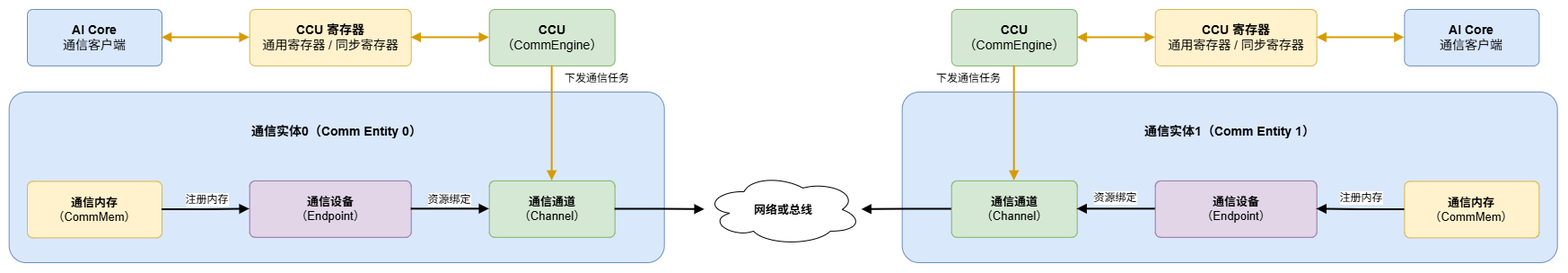
Atlas-Ascend-Fork/asc-comm keeps this draw.io diagram as docs/zh/programming-model/figures/ccu_proxy_communication_model.png. Above is the earlier version. Source tidied: cells renumbered, new cells last; positions are measured from the earlier drawing's top-left corner, leaving out a move shared by most shapes.
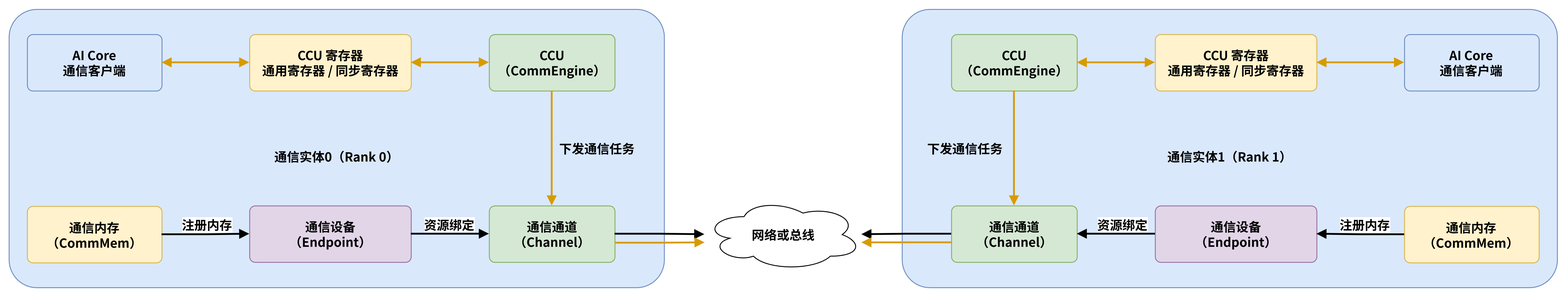
Above is the later version.

Commit message:
updata execution model

Diff of the diagram source:
```diff
@@ -2,98 +2,109 @@
   <root>
     <mxCell id="0" />
     <mxCell id="1" parent="0" />
-    <mxCell id="2" style="rounded=1;whiteSpace=wrap;html=1;fillColor=#dae8fc;strokeColor=#6c8ebf;arcSize=10;" parent="1" vertex="1">
-      <mxGeometry x="-0.3" y="92" width="730" height="190" as="geometry" />
-    </mxCell>
-    <mxCell id="3" value="通信实体0（Comm Entity 0）" style="text;html=1;strokeColor=none;fillColor=none;align=center;verticalAlign=middle;whiteSpace=wrap;rounded=0;fontSize=14;fontStyle=1;" parent="1" vertex="1">
-      <mxGeometry x="244.7" y="123.9" width="240" height="24" as="geometry" />
-    </mxCell>
-    <mxCell id="4" value="&lt;b&gt;AI Core&lt;/b&gt;&lt;br&gt;通信客户端" style="rounded=1;whiteSpace=wrap;html=1;fillColor=#dae8fc;strokeColor=#6c8ebf;arcSize=10;fontSize=14;" parent="1" vertex="1">
-      <mxGeometry x="20" width="150" height="62.9" as="geometry" />
-    </mxCell>
-    <mxCell id="5" value="&lt;b&gt;CCU 寄存器&lt;/b&gt;&lt;br&gt;通用寄存器 / 同步寄存器" style="rounded=1;whiteSpace=wrap;html=1;fillColor=#fff2cc;strokeColor=#d6b656;arcSize=10;fontSize=14;" parent="1" vertex="1">
-      <mxGeometry x="267.7" width="180" height="62.9" as="geometry" />
-    </mxCell>
-    <mxCell id="6" value="&lt;b&gt;CCU&lt;/b&gt;&lt;br&gt;（CommEngine）" style="rounded=1;whiteSpace=wrap;html=1;fillColor=#d5e8d4;strokeColor=#82b366;arcSize=10;fontSize=14;" parent="1" vertex="1">
-      <mxGeometry x="534.7" width="140" height="62.9" as="geometry" />
-    </mxCell>
-    <mxCell id="7" value="下发通信任务" style="text;html=1;strokeColor=none;fillColor=none;align=center;verticalAlign=middle;whiteSpace=wrap;rounded=0;fontSize=12;" parent="1" vertex="1">
-      <mxGeometry x="610" y="62" width="90" height="30" as="geometry" />
-    </mxCell>
-    <mxCell id="8" value="&lt;b&gt;通信内存&lt;/b&gt;&lt;br&gt;（CommMem）" style="rounded=1;whiteSpace=wrap;html=1;fillColor=#fff2cc;strokeColor=#d6b656;arcSize=10;fontSize=13;" parent="1" vertex="1">
-      <mxGeometry x="20" y="191.4" width="150" height="62.9" as="geometry" />
-    </mxCell>
-    <mxCell id="9" value="&lt;b&gt;通信设备&lt;/b&gt;&lt;br&gt;（Endpoint）" style="rounded=1;whiteSpace=wrap;html=1;fillColor=#e1d5e7;strokeColor=#9673a6;arcSize=10;fontSize=13;" parent="1" vertex="1">
-      <mxGeometry x="267.7" y="190.9" width="180" height="62.9" as="geometry" />
-    </mxCell>
-    <mxCell id="10" value="&lt;b&gt;通信通道&lt;/b&gt;&lt;br&gt;（Channel）" style="rounded=1;whiteSpace=wrap;html=1;fillColor=#d5e8d4;strokeColor=#82b366;arcSize=10;fontSize=13;" parent="1" vertex="1">
-      <mxGeometry x="534.7" y="190.9" width="140" height="62.9" as="geometry" />
-    </mxCell>
+    <mxCell id="33" style="rounded=1;whiteSpace=wrap;html=1;fillColor=#dae8fc;strokeColor=#6c8ebf;arcSize=10;fontSize=14;fontFamily=FZLTHJW;fontStyle=1;" parent="1" vertex="1">
+      <mxGeometry x="-0.3" y="-28" width="730" height="310" as="geometry" />
+    </mxCell>
+    <mxCell id="34" value="通信实体0（Rank 0）" style="text;html=1;strokeColor=none;fillColor=none;align=center;verticalAlign=middle;whiteSpace=wrap;rounded=0;fontSize=14;fontStyle=1;fontFamily=FZLTHJW;" parent="1" vertex="1">
+      <mxGeometry x="244.7" y="123.9" width="240" height="24" as="geometry" />
+    </mxCell>
+    <mxCell id="35" value="&lt;span&gt;AI Core&lt;/span&gt;&lt;br&gt;通信客户端" style="rounded=1;whiteSpace=wrap;html=1;fillColor=#dae8fc;strokeColor=#6c8ebf;arcSize=10;fontSize=14;fontFamily=FZLTHJW;fontStyle=1;" parent="1" vertex="1">
+      <mxGeometry x="20" width="150" height="62.9" as="geometry" />
+    </mxCell>
+    <mxCell id="36" value="&lt;span&gt;CCU 寄存器&lt;/span&gt;&lt;br&gt;通用寄存器 / 同步寄存器" style="rounded=1;whiteSpace=wrap;html=1;fillColor=#fff2cc;strokeColor=#d6b656;arcSize=10;fontSize=14;fontFamily=FZLTHJW;fontStyle=1;" parent="1" vertex="1">
+      <mxGeometry x="267.7" width="180" height="62.9" as="geometry" />
+    </mxCell>
+    <mxCell id="37" value="&lt;span&gt;CCU&lt;/span&gt;&lt;br&gt;（CommEngine）" style="rounded=1;whiteSpace=wrap;html=1;fillColor=#d5e8d4;strokeColor=#82b366;arcSize=10;fontSize=14;fontFamily=FZLTHJW;fontStyle=1;" parent="1" vertex="1">
+      <mxGeometry x="534.7" width="140" height="62.9" as="geometry" />
+    </mxCell>
+    <mxCell id="38" value="下发通信任务" style="text;html=1;strokeColor=none;fillColor=none;align=center;verticalAlign=middle;whiteSpace=wrap;rounded=0;fontSize=14;fontFamily=FZLTHJW;fontStyle=1;" parent="1" vertex="1">
+      <mxGeometry x="610" y="112" width="90" height="30" as="geometry" />
+    </mxCell>
+    <mxCell id="39" value="&lt;span&gt;通信内存&lt;/span&gt;&lt;br&gt;（CommMem）" style="rounded=1;whiteSpace=wrap;html=1;fillColor=#fff2cc;strokeColor=#d6b656;arcSize=10;fontSize=14;fontFamily=FZLTHJW;fontStyle=1;" parent="1" vertex="1">
+      <mxGeometry x="20" y="191.5" width="150" height="62.9" as="geometry" />
+    </mxCell>
+    <mxCell id="40" value="&lt;span&gt;通信设备&lt;/span&gt;&lt;br&gt;（Endpoint）" style="rounded=1;whiteSpace=wrap;html=1;fillColor=#e1d5e7;strokeColor=#9673a6;arcSize=10;fontSize=14;fontFamily=FZLTHJW;fontStyle=1;" parent="1" vertex="1">
+      <mxGeometry x="267.7" y="190.9" width="180" height="62.9" as="geometry" />
+    </mxCell>
+    <mxCell id="41" value="&lt;span&gt;通信通道&lt;/span&gt;&lt;br&gt;（Channel）" style="rounded=1;whiteSpace=wrap;html=1;fillColor=#d5e8d4;strokeColor=#82b366;arcSize=10;fontSize=14;fontFamily=FZLTHJW;fontStyle=1;" parent="1" vertex="1">
+      <mxGeometry x="534.7" y="190.9" width="140" height="62.9" as="geometry" />
+    </mxCell>
-    <mxCell id="11" value="&lt;b&gt;网络或总线&lt;/b&gt;" style="shape=cloud;whiteSpace=wrap;html=1;fillColor=#ffffff;strokeColor=#000000;fontSize=13;" parent="1" vertex="1">
+    <mxCell id="11" value="&lt;span&gt;网络或总线&lt;/span&gt;" style="shape=cloud;whiteSpace=wrap;html=1;fillColor=#ffffff;strokeColor=#000000;fontSize=14;fontFamily=FZLTHJW;fontStyle=1;" parent="1" vertex="1">
       <mxGeometry x="774.7" y="182.9" width="175" height="80" as="geometry" />
     </mxCell>
-    <mxCell id="12" style="edgeStyle=orthogonalEdgeStyle;rounded=0;jettySize=auto;html=1;strokeWidth=2;strokeColor=#d79b00;startArrow=block;startFill=1;endArrow=block;endFill=1;" parent="1" edge="1" source="4" target="5">
-      <mxGeometry relative="1" as="geometry" />
-    </mxCell>
-    <mxCell id="13" style="edgeStyle=orthogonalEdgeStyle;rounded=0;jettySize=auto;html=1;strokeWidth=2;strokeColor=#d79b00;startArrow=block;startFill=1;endArrow=block;endFill=1;" parent="1" edge="1" source="5" target="6">
-      <mxGeometry relative="1" as="geometry" />
-    </mxCell>
-    <mxCell id="14" style="edgeStyle=orthogonalEdgeStyle;rounded=0;jettySize=auto;html=1;strokeWidth=2;strokeColor=#d79b00;endArrow=block;endFill=1;entryX=0.5;entryY=0;entryDx=0;entryDy=0;" parent="1" edge="1" source="6" target="10">
-      <mxGeometry relative="1" as="geometry" />
-    </mxCell>
-    <mxCell id="15" value="注册内存" style="edgeStyle=orthogonalEdgeStyle;rounded=0;jettySize=auto;html=1;strokeWidth=2;strokeColor=#000000;endArrow=block;endFill=1;fontSize=12;labelBackgroundColor=#ffffff;" parent="1" edge="1" source="8" target="9">
-      <mxGeometry x="0.03" y="10" relative="1" as="geometry" />
-    </mxCell>
-    <mxCell id="16" value="资源绑定" style="edgeStyle=orthogonalEdgeStyle;rounded=0;jettySize=auto;html=1;strokeWidth=2;strokeColor=#000000;endArrow=block;endFill=1;fontSize=12;labelBackgroundColor=#ffffff;" parent="1" edge="1" source="9" target="10">
-      <mxGeometry x="-0.03" y="10" relative="1" as="geometry" />
-    </mxCell>
-    <mxCell id="17" style="edgeStyle=orthogonalEdgeStyle;rounded=0;jettySize=auto;html=1;strokeWidth=2;strokeColor=#000000;endArrow=block;endFill=1;fontSize=12;labelBackgroundColor=#ffffff;" parent="1" edge="1" source="10" target="11">
-      <mxGeometry relative="1" as="geometry" />
-    </mxCell>
-    <mxCell id="18" style="rounded=1;whiteSpace=wrap;html=1;fillColor=#dae8fc;strokeColor=#6c8ebf;arcSize=10;" parent="1" vertex="1">
-      <mxGeometry x="994.7" y="92" width="730" height="190" as="geometry" />
-    </mxCell>
-    <mxCell id="19" value="通信实体1（Comm Entity 1）" style="text;html=1;strokeColor=none;fillColor=none;align=center;verticalAlign=middle;whiteSpace=wrap;rounded=0;fontSize=14;fontStyle=1;" parent="1" vertex="1">
-      <mxGeometry x="1239.7" y="123.9" width="240" height="24" as="geometry" />
-    </mxCell>
-    <mxCell id="20" value="&lt;b&gt;AI Core&lt;/b&gt;&lt;br&gt;通信客户端" style="rounded=1;whiteSpace=wrap;html=1;fillColor=#dae8fc;strokeColor=#6c8ebf;arcSize=10;fontSize=14;" parent="1" vertex="1">
-      <mxGeometry x="1554.4" width="150" height="62.9" as="geometry" />
-    </mxCell>
-    <mxCell id="21" value="&lt;b&gt;CCU 寄存器&lt;/b&gt;&lt;br&gt;通用寄存器 / 同步寄存器" style="rounded=1;whiteSpace=wrap;html=1;fillColor=#fff2cc;strokeColor=#d6b656;arcSize=10;fontSize=14;" parent="1" vertex="1">
-      <mxGeometry x="1276.7" width="180" height="62.9" as="geometry" />
-    </mxCell>
-    <mxCell id="22" value="&lt;b&gt;CCU&lt;/b&gt;&lt;br&gt;（CommEngine）" style="rounded=1;whiteSpace=wrap;html=1;fillColor=#d5e8d4;strokeColor=#82b366;arcSize=10;fontSize=14;" parent="1" vertex="1">
-      <mxGeometry x="1049.7" width="140" height="62.9" as="geometry" />
-    </mxCell>
-    <mxCell id="23" value="下发通信任务" style="text;html=1;strokeColor=none;fillColor=none;align=center;verticalAlign=middle;whiteSpace=wrap;rounded=0;fontSize=12;" parent="1" vertex="1">
-      <mxGeometry x="1024.4" y="62" width="90" height="30" as="geometry" />
-    </mxCell>
-    <mxCell id="24" value="&lt;b&gt;通信内存&lt;/b&gt;&lt;br&gt;（CommMem）" style="rounded=1;whiteSpace=wrap;html=1;fillColor=#fff2cc;strokeColor=#d6b656;arcSize=10;fontSize=13;" parent="1" vertex="1">
-      <mxGeometry x="1554.4" y="191.4" width="150" height="62.9" as="geometry" />
-    </mxCell>
-    <mxCell id="25" value="&lt;b&gt;通信设备&lt;/b&gt;&lt;br&gt;（Endpoint）" style="rounded=1;whiteSpace=wrap;html=1;fillColor=#e1d5e7;strokeColor=#9673a6;arcSize=10;fontSize=13;" parent="1" vertex="1">
-      <mxGeometry x="1276.7" y="190.9" width="180" height="62.9" as="geometry" />
-    </mxCell>
-    <mxCell id="26" value="&lt;b&gt;通信通道&lt;/b&gt;&lt;br&gt;（Channel）" style="rounded=1;whiteSpace=wrap;html=1;fillColor=#d5e8d4;strokeColor=#82b366;arcSize=10;fontSize=13;" parent="1" vertex="1">
-      <mxGeometry x="1049.7" y="190.9" width="140" height="62.9" as="geometry" />
-    </mxCell>
-    <mxCell id="27" style="edgeStyle=orthogonalEdgeStyle;rounded=0;jettySize=auto;html=1;strokeWidth=2;strokeColor=#d79b00;startArrow=block;startFill=1;endArrow=block;endFill=1;" parent="1" edge="1" source="20" target="21">
-      <mxGeometry relative="1" as="geometry" />
-    </mxCell>
-    <mxCell id="28" style="edgeStyle=orthogonalEdgeStyle;rounded=0;jettySize=auto;html=1;strokeWidth=2;strokeColor=#d79b00;startArrow=block;startFill=1;endArrow=block;endFill=1;" parent="1" edge="1" source="21" target="22">
-      <mxGeometry relative="1" as="geometry" />
-    </mxCell>
-    <mxCell id="29" style="edgeStyle=orthogonalEdgeStyle;rounded=0;jettySize=auto;html=1;strokeWidth=2;strokeColor=#d79b00;endArrow=block;endFill=1;entryX=0.5;entryY=0;entryDx=0;entryDy=0;" parent="1" edge="1" source="22" target="26">
-      <mxGeometry relative="1" as="geometry" />
-    </mxCell>
-    <mxCell id="30" value="注册内存" style="edgeStyle=orthogonalEdgeStyle;rounded=0;jettySize=auto;html=1;strokeWidth=2;strokeColor=#000000;endArrow=block;endFill=1;fontSize=12;labelBackgroundColor=#ffffff;" parent="1" edge="1" source="24" target="25">
-      <mxGeometry y="-12" relative="1" as="geometry" />
-    </mxCell>
-    <mxCell id="31" value="资源绑定" style="edgeStyle=orthogonalEdgeStyle;rounded=0;jettySize=auto;html=1;strokeWidth=2;strokeColor=#000000;endArrow=block;endFill=1;fontSize=12;labelBackgroundColor=#ffffff;" parent="1" edge="1" source="25" target="26">
-      <mxGeometry x="0.03" y="-12" relative="1" as="geometry" />
-    </mxCell>
-    <mxCell id="32" style="edgeStyle=orthogonalEdgeStyle;rounded=0;jettySize=auto;html=1;strokeWidth=2;strokeColor=#000000;endArrow=block;endFill=1;fontSize=12;labelBackgroundColor=#ffffff;" parent="1" edge="1" source="26" target="11">
-      <mxGeometry relative="1" as="geometry" />
-    </mxCell>
+    <mxCell id="42" style="edgeStyle=orthogonalEdgeStyle;rounded=0;jettySize=auto;html=1;strokeWidth=2;strokeColor=#d79b00;startArrow=block;startFill=1;endArrow=block;endFill=1;fontSize=14;fontFamily=FZLTHJW;fontStyle=1;" parent="1" edge="1" source="35" target="36">
+      <mxGeometry relative="1" as="geometry" />
+    </mxCell>
+    <mxCell id="43" style="edgeStyle=orthogonalEdgeStyle;rounded=0;jettySize=auto;html=1;strokeWidth=2;strokeColor=#d79b00;startArrow=block;startFill=1;endArrow=block;endFill=1;fontSize=14;fontFamily=FZLTHJW;fontStyle=1;" parent="1" edge="1" source="36" target="37">
+      <mxGeometry relative="1" as="geometry" />
+    </mxCell>
+    <mxCell id="44" style="edgeStyle=orthogonalEdgeStyle;rounded=0;jettySize=auto;html=1;strokeWidth=2;strokeColor=#d79b00;endArrow=block;endFill=1;entryX=0.5;entryY=0;entryDx=0;entryDy=0;fontSize=14;fontFamily=FZLTHJW;fontStyle=1;" parent="1" edge="1" source="37" target="41">
+      <mxGeometry relative="1" as="geometry" />
+    </mxCell>
+    <mxCell id="45" value="注册内存" style="edgeStyle=orthogonalEdgeStyle;rounded=0;jettySize=auto;html=1;strokeWidth=2;strokeColor=#000000;endArrow=block;endFill=1;fontSize=14;labelBackgroundColor=#ffffff;fontFamily=FZLTHJW;fontStyle=1;" parent="1" edge="1" source="39" target="40">
+      <mxGeometry x="0.03" y="10" relative="1" as="geometry" />
+    </mxCell>
+    <mxCell id="46" value="资源绑定" style="edgeStyle=orthogonalEdgeStyle;rounded=0;jettySize=auto;html=1;strokeWidth=2;strokeColor=#000000;endArrow=block;endFill=1;fontSize=14;labelBackgroundColor=#ffffff;fontFamily=FZLTHJW;fontStyle=1;" parent="1" edge="1" source="40" target="41">
+      <mxGeometry x="-0.03" y="10" relative="1" as="geometry" />
+    </mxCell>
+    <mxCell id="47" style="edgeStyle=orthogonalEdgeStyle;rounded=0;jettySize=auto;html=1;strokeWidth=2;strokeColor=#000000;endArrow=block;endFill=1;fontSize=14;labelBackgroundColor=#ffffff;fontFamily=FZLTHJW;fontStyle=1;" parent="1" edge="1" source="41" target="11">
+      <mxGeometry relative="1" as="geometry" />
+    </mxCell>
+    <mxCell id="48" style="rounded=1;whiteSpace=wrap;html=1;fillColor=#dae8fc;strokeColor=#6c8ebf;arcSize=10;fontSize=14;fontFamily=FZLTHJW;fontStyle=1;" parent="1" vertex="1">
+      <mxGeometry x="994.7" y="-28" width="730" height="310" as="geometry" />
+    </mxCell>
+    <mxCell id="49" value="通信实体1（Rank 1）" style="text;html=1;strokeColor=none;fillColor=none;align=center;verticalAlign=middle;whiteSpace=wrap;rounded=0;fontSize=14;fontStyle=1;fontFamily=FZLTHJW;" parent="1" vertex="1">
+      <mxGeometry x="1239.7" y="123.9" width="240" height="24" as="geometry" />
+    </mxCell>
+    <mxCell id="50" value="&lt;span&gt;AI Core&lt;/span&gt;&lt;br&gt;通信客户端" style="rounded=1;whiteSpace=wrap;html=1;fillColor=#dae8fc;strokeColor=#6c8ebf;arcSize=10;fontSize=14;fontFamily=FZLTHJW;fontStyle=1;" parent="1" vertex="1">
+      <mxGeometry x="1554.4" width="150" height="62.9" as="geometry" />
+    </mxCell>
+    <mxCell id="51" value="&lt;span&gt;CCU 寄存器&lt;/span&gt;&lt;br&gt;通用寄存器 / 同步寄存器" style="rounded=1;whiteSpace=wrap;html=1;fillColor=#fff2cc;strokeColor=#d6b656;arcSize=10;fontSize=14;fontFamily=FZLTHJW;fontStyle=1;" parent="1" vertex="1">
+      <mxGeometry x="1276.7" width="180" height="62.9" as="geometry" />
+    </mxCell>
+    <mxCell id="52" value="&lt;span&gt;CCU&lt;/span&gt;&lt;br&gt;（CommEngine）" style="rounded=1;whiteSpace=wrap;html=1;fillColor=#d5e8d4;strokeColor=#82b366;arcSize=10;fontSize=14;fontFamily=FZLTHJW;fontStyle=1;" parent="1" vertex="1">
+      <mxGeometry x="1049.7" width="140" height="62.9" as="geometry" />
+    </mxCell>
+    <mxCell id="53" value="下发通信任务" style="text;html=1;strokeColor=none;fillColor=none;align=center;verticalAlign=middle;whiteSpace=wrap;rounded=0;fontSize=14;fontFamily=FZLTHJW;fontStyle=1;" parent="1" vertex="1">
+      <mxGeometry x="1020" y="112" width="90" height="30" as="geometry" />
+    </mxCell>
+    <mxCell id="54" value="&lt;span&gt;通信内存&lt;/span&gt;&lt;br&gt;（CommMem）" style="rounded=1;whiteSpace=wrap;html=1;fillColor=#fff2cc;strokeColor=#d6b656;arcSize=10;fontSize=14;fontFamily=FZLTHJW;fontStyle=1;" parent="1" vertex="1">
+      <mxGeometry x="1554.4" y="191.5" width="150" height="62.9" as="geometry" />
+    </mxCell>
+    <mxCell id="55" value="&lt;span&gt;通信设备&lt;/span&gt;&lt;br&gt;（Endpoint）" style="rounded=1;whiteSpace=wrap;html=1;fillColor=#e1d5e7;strokeColor=#9673a6;arcSize=10;fontSize=14;fontFamily=FZLTHJW;fontStyle=1;" parent="1" vertex="1">
+      <mxGeometry x="1276.7" y="190.9" width="180" height="62.9" as="geometry" />
+    </mxCell>
+    <mxCell id="56" value="&lt;span&gt;通信通道&lt;/span&gt;&lt;br&gt;（Channel）" style="rounded=1;whiteSpace=wrap;html=1;fillColor=#d5e8d4;strokeColor=#82b366;arcSize=10;fontSize=14;fontFamily=FZLTHJW;fontStyle=1;" parent="1" vertex="1">
+      <mxGeometry x="1049.7" y="190.9" width="140" height="62.9" as="geometry" />
+    </mxCell>
+    <mxCell id="57" style="edgeStyle=orthogonalEdgeStyle;rounded=0;jettySize=auto;html=1;strokeWidth=2;strokeColor=#d79b00;startArrow=block;startFill=1;endArrow=block;endFill=1;fontSize=14;fontFamily=FZLTHJW;fontStyle=1;" parent="1" edge="1" source="50" target="51">
+      <mxGeometry relative="1" as="geometry" />
+    </mxCell>
+    <mxCell id="58" style="edgeStyle=orthogonalEdgeStyle;rounded=0;jettySize=auto;html=1;strokeWidth=2;strokeColor=#d79b00;startArrow=block;startFill=1;endArrow=block;endFill=1;fontSize=14;fontFamily=FZLTHJW;fontStyle=1;" parent="1" edge="1" source="51" target="52">
+      <mxGeometry relative="1" as="geometry" />
+    </mxCell>
+    <mxCell id="59" style="edgeStyle=orthogonalEdgeStyle;rounded=0;jettySize=auto;html=1;strokeWidth=2;strokeColor=#d79b00;endArrow=block;endFill=1;entryX=0.5;entryY=0;entryDx=0;entryDy=0;fontSize=14;fontFamily=FZLTHJW;fontStyle=1;" parent="1" edge="1" source="52" target="56">
+      <mxGeometry relative="1" as="geometry" />
+    </mxCell>
+    <mxCell id="60" value="注册内存" style="edgeStyle=orthogonalEdgeStyle;rounded=0;jettySize=auto;html=1;strokeWidth=2;strokeColor=#000000;endArrow=block;endFill=1;fontSize=14;labelBackgroundColor=#ffffff;fontFamily=FZLTHJW;fontStyle=1;" parent="1" edge="1" source="54" target="55">
+      <mxGeometry x="-0.1" y="-11" relative="1" as="geometry" />
+    </mxCell>
+    <mxCell id="61" value="资源绑定" style="edgeStyle=orthogonalEdgeStyle;rounded=0;jettySize=auto;html=1;strokeWidth=2;strokeColor=#000000;endArrow=block;endFill=1;fontSize=14;labelBackgroundColor=#ffffff;fontFamily=FZLTHJW;fontStyle=1;" parent="1" edge="1" source="55" target="56">
+      <mxGeometry x="-0.16" y="-10" relative="1" as="geometry" />
+    </mxCell>
+    <mxCell id="62" style="edgeStyle=orthogonalEdgeStyle;rounded=0;jettySize=auto;html=1;strokeWidth=2;strokeColor=#000000;endArrow=block;endFill=1;fontSize=14;labelBackgroundColor=#ffffff;fontFamily=FZLTHJW;fontStyle=1;" parent="1" edge="1" source="56" target="11">
+      <mxGeometry relative="1" as="geometry" />
+    </mxCell>
+    <mxCell id="63" style="edgeStyle=orthogonalEdgeStyle;rounded=0;jettySize=auto;html=1;strokeWidth=2;strokeColor=#d79b00;endArrow=block;endFill=1;fontSize=14;fontFamily=FZLTHJW;fontStyle=1;exitX=1.002;exitY=0.659;exitDx=0;exitDy=0;exitPerimeter=0;" parent="1" edge="1" source="41">
+      <mxGeometry relative="1" as="geometry">
+        <mxPoint x="775" y="232" as="targetPoint" />
+      </mxGeometry>
+    </mxCell>
+    <mxCell id="64" style="edgeStyle=orthogonalEdgeStyle;rounded=0;orthogonalLoop=1;jettySize=auto;html=1;strokeWidth=2;strokeColor=#d79b00;endArrow=block;endFill=1;fontSize=14;fontFamily=FZLTHJW;fontStyle=1;exitX=1.002;exitY=0.659;exitDx=0;exitDy=0;exitPerimeter=0;" parent="1" edge="1">
+      <mxGeometry relative="1" as="geometry">
+        <mxPoint x="1049.7" y="232" as="sourcePoint" />
+        <mxPoint x="949.7" y="232" as="targetPoint" />
+      </mxGeometry>
+    </mxCell>
   </root>
 </mxGraphModel>
```
